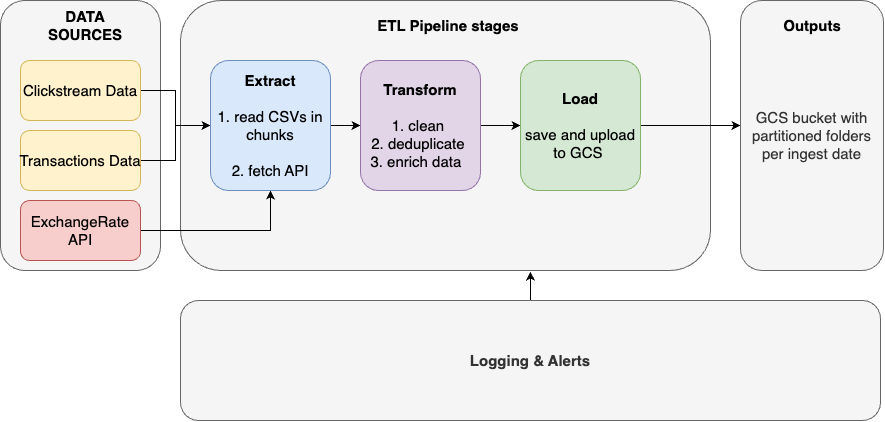
Above: images/architecture_diagram.png in rachelcooray/dataengineering-internship (draw.io), before the change. Source tidied: cells renumbered, new cells last; positions are measured from the earlier drawing's top-left corner, leaving out a move shared by most shapes.
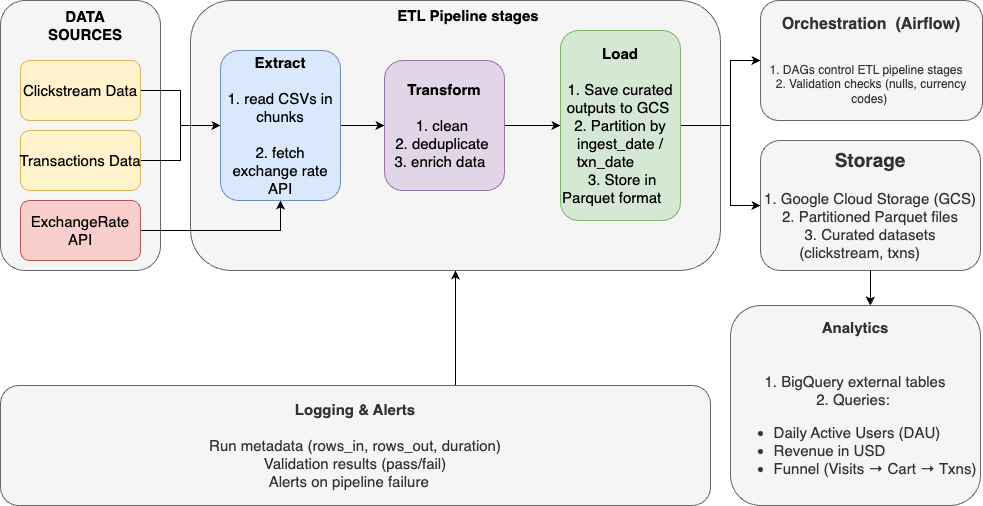
The same file after the commit.

Commit message:
updated architecture diagram

Change to the diagram source:
```diff
@@ -3,69 +3,88 @@
     <mxCell id="0" />
     <mxCell id="1" parent="0" />
     <mxCell id="2" style="rounded=1;whiteSpace=wrap;html=1;fontSize=15;fillColor=#f5f5f5;strokeColor=#666666;fontColor=#333333;" parent="1" vertex="1">
-      <mxGeometry x="180" width="530" height="270" as="geometry" />
+      <mxGeometry x="190" y="-15" width="530" height="270" as="geometry" />
     </mxCell>
     <mxCell id="3" style="rounded=1;whiteSpace=wrap;html=1;fontSize=15;fillColor=#f5f5f5;strokeColor=#666666;fontColor=#333333;" parent="1" vertex="1">
-      <mxGeometry width="160" height="270" as="geometry" />
+      <mxGeometry y="-15" width="160" height="270" as="geometry" />
     </mxCell>
     <mxCell id="4" style="edgeStyle=orthogonalEdgeStyle;rounded=0;jettySize=auto;html=1;entryX=0;entryY=0.5;entryDx=0;entryDy=0;" parent="1" edge="1" source="5" target="11">
       <mxGeometry relative="1" as="geometry" />
     </mxCell>
     <mxCell id="5" value="Clickstream Data" style="rounded=1;whiteSpace=wrap;html=1;fontSize=15;fillColor=#fff2cc;strokeColor=#d6b656;" parent="1" vertex="1">
-      <mxGeometry x="20" y="60" width="120" height="60" as="geometry" />
+      <mxGeometry x="20" y="45" width="120" height="60" as="geometry" />
     </mxCell>
     <mxCell id="6" style="edgeStyle=orthogonalEdgeStyle;rounded=0;jettySize=auto;html=1;entryX=0;entryY=0.5;entryDx=0;entryDy=0;" parent="1" edge="1" source="7" target="11">
       <mxGeometry relative="1" as="geometry" />
     </mxCell>
     <mxCell id="7" value="Transactions&amp;nbsp;Data" style="rounded=1;whiteSpace=wrap;html=1;fontSize=15;fillColor=#fff2cc;strokeColor=#d6b656;" parent="1" vertex="1">
-      <mxGeometry x="20" y="130" width="120" height="60" as="geometry" />
+      <mxGeometry x="20" y="115" width="120" height="60" as="geometry" />
     </mxCell>
     <mxCell id="8" style="edgeStyle=orthogonalEdgeStyle;rounded=0;jettySize=auto;html=1;entryX=0.5;entryY=1;entryDx=0;entryDy=0;" parent="1" edge="1" source="9" target="11">
       <mxGeometry relative="1" as="geometry" />
     </mxCell>
     <mxCell id="9" value="ExchangeRate API" style="rounded=1;whiteSpace=wrap;html=1;fontSize=15;fillColor=#f8cecc;strokeColor=#b85450;" parent="1" vertex="1">
-      <mxGeometry x="20" y="200" width="120" height="60" as="geometry" />
+      <mxGeometry x="20" y="185" width="120" height="60" as="geometry" />
     </mxCell>
     <mxCell id="10" style="edgeStyle=orthogonalEdgeStyle;rounded=0;jettySize=auto;html=1;" parent="1" edge="1" source="11" target="13">
       <mxGeometry relative="1" as="geometry" />
     </mxCell>
-    <mxCell id="11" value="&lt;b&gt;Extract&lt;/b&gt;&lt;div style=&quot;font-size: 15px;&quot;&gt;&lt;br style=&quot;font-size: 15px;&quot;&gt;&lt;/div&gt;&lt;div style=&quot;font-size: 15px;&quot;&gt;1.&amp;nbsp;read CSVs in chunks&lt;/div&gt;&lt;div style=&quot;font-size: 15px;&quot;&gt;&lt;br style=&quot;font-size: 15px;&quot;&gt;&lt;/div&gt;&lt;div style=&quot;font-size: 15px;&quot;&gt;2. fetch API&lt;/div&gt;" style="rounded=1;whiteSpace=wrap;html=1;fontSize=15;fillColor=#dae8fc;strokeColor=#6c8ebf;" parent="1" vertex="1">
-      <mxGeometry x="210" y="60" width="120" height="130" as="geometry" />
+    <mxCell id="11" value="&lt;b&gt;Extract&lt;/b&gt;&lt;div style=&quot;font-size: 15px;&quot;&gt;&lt;br style=&quot;font-size: 15px;&quot;&gt;&lt;/div&gt;&lt;div style=&quot;font-size: 15px;&quot;&gt;1.&amp;nbsp;read CSVs in chunks&lt;/div&gt;&lt;div style=&quot;font-size: 15px;&quot;&gt;&lt;br style=&quot;font-size: 15px;&quot;&gt;&lt;/div&gt;&lt;div style=&quot;font-size: 15px;&quot;&gt;2. fetch exchange rate API&lt;/div&gt;" style="rounded=1;whiteSpace=wrap;html=1;fontSize=15;fillColor=#dae8fc;strokeColor=#6c8ebf;" parent="1" vertex="1">
+      <mxGeometry x="220" y="35" width="120" height="150" as="geometry" />
     </mxCell>
     <mxCell id="12" style="edgeStyle=orthogonalEdgeStyle;rounded=0;jettySize=auto;html=1;" parent="1" edge="1" source="13" target="15">
       <mxGeometry relative="1" as="geometry" />
     </mxCell>
     <mxCell id="13" value="&lt;b&gt;Transform&lt;/b&gt;&lt;div style=&quot;font-size: 15px;&quot;&gt;&lt;br style=&quot;font-size: 15px;&quot;&gt;&lt;/div&gt;&lt;div style=&quot;font-size: 15px;&quot;&gt;1. clean&amp;nbsp;&lt;/div&gt;&lt;div style=&quot;font-size: 15px;&quot;&gt;2. deduplicate&amp;nbsp;&lt;/div&gt;&lt;div style=&quot;font-size: 15px;&quot;&gt;3. enrich data&amp;nbsp;&amp;nbsp;&lt;br style=&quot;font-size: 15px;&quot;&gt;&lt;/div&gt;" style="rounded=1;whiteSpace=wrap;html=1;fontSize=15;fillColor=#e1d5e7;strokeColor=#9673a6;" parent="1" vertex="1">
-      <mxGeometry x="360" y="60" width="120" height="130" as="geometry" />
+      <mxGeometry x="384" y="45" width="120" height="130" as="geometry" />
     </mxCell>
+    <mxCell id="22" style="edgeStyle=orthogonalEdgeStyle;rounded=0;jettySize=auto;html=1;entryX=0;entryY=0.5;entryDx=0;entryDy=0;" parent="1" edge="1" source="15" target="23">
+      <mxGeometry relative="1" as="geometry">
+        <Array as="points">
+          <mxPoint x="730" y="110" />
+          <mxPoint x="730" y="45" />
+        </Array>
+      </mxGeometry>
+    </mxCell>
-    <mxCell id="14" style="edgeStyle=orthogonalEdgeStyle;rounded=0;jettySize=auto;html=1;" parent="1" edge="1" source="15" target="16">
+    <mxCell id="14" style="edgeStyle=orthogonalEdgeStyle;rounded=0;jettySize=auto;html=1;exitX=1;exitY=0.5;exitDx=0;exitDy=0;entryX=0;entryY=0.5;entryDx=0;entryDy=0;" parent="1" edge="1" source="15" target="16">
       <mxGeometry relative="1" as="geometry">
         <Array as="points">
-          <mxPoint x="710" y="125" />
-          <mxPoint x="710" y="125" />
+          <mxPoint x="730" y="110" />
+          <mxPoint x="730" y="190" />
         </Array>
       </mxGeometry>
     </mxCell>
-    <mxCell id="15" value="&lt;b&gt;Load&lt;/b&gt;&lt;div&gt;&lt;b&gt;&lt;br&gt;&lt;/b&gt;&lt;/div&gt;&lt;div&gt;save and upload to GCS&amp;nbsp;&lt;br&gt;&lt;/div&gt;" style="rounded=1;whiteSpace=wrap;html=1;fontSize=15;fillColor=#d5e8d4;strokeColor=#82b366;" parent="1" vertex="1">
-      <mxGeometry x="520" y="60" width="120" height="130" as="geometry" />
+    <mxCell id="15" value="&lt;b&gt;Load&lt;/b&gt;&lt;div&gt;&lt;b&gt;&lt;br&gt;&lt;/b&gt;&lt;/div&gt;&lt;div&gt;&lt;div&gt;1. Save curated outputs to GCS&amp;nbsp;&lt;/div&gt;&lt;div&gt;&lt;span style=&quot;background-color: initial;&quot;&gt;2. Partition by ingest_date / txn_date&amp;nbsp; &amp;nbsp; &amp;nbsp; &amp;nbsp; &amp;nbsp;3.&amp;nbsp;&lt;/span&gt;&lt;span style=&quot;background-color: initial;&quot;&gt;Store in Parquet format&amp;nbsp; &amp;nbsp;&amp;nbsp;&lt;/span&gt;&lt;/div&gt;&lt;/div&gt;" style="rounded=1;whiteSpace=wrap;html=1;fontSize=15;fillColor=#d5e8d4;strokeColor=#82b366;" parent="1" vertex="1">
+      <mxGeometry x="560" y="15" width="120" height="190" as="geometry" />
     </mxCell>
-    <mxCell id="16" value="GCS bucket with partitioned folders per ingest date" style="rounded=1;whiteSpace=wrap;html=1;fontSize=15;fillColor=#f5f5f5;strokeColor=#666666;fontColor=#333333;" parent="1" vertex="1">
-      <mxGeometry x="740" width="143" height="270" as="geometry" />
+    <mxCell id="16" value="&lt;div&gt;&lt;b&gt;&lt;font style=&quot;font-size: 19px;&quot;&gt;Storage&lt;/font&gt;&lt;/b&gt;&lt;/div&gt;&lt;div&gt;&lt;br&gt;&lt;/div&gt;&lt;div&gt;&lt;span style=&quot;background-color: initial;&quot;&gt;1. Google Cloud Storage (GCS)&lt;/span&gt;&lt;/div&gt;&lt;div&gt;&lt;span style=&quot;background-color: initial;&quot;&gt;2. Partitioned Parquet files&lt;/span&gt;&lt;/div&gt;&lt;div&gt;&lt;span style=&quot;background-color: initial;&quot;&gt;3. Curated datasets (clickstream, txns)&amp;nbsp; &amp;nbsp; &amp;nbsp;&lt;/span&gt;&lt;/div&gt;" style="rounded=1;whiteSpace=wrap;html=1;fontSize=15;fillColor=#f5f5f5;strokeColor=#666666;fontColor=#333333;" parent="1" vertex="1">
+      <mxGeometry x="760" y="125" width="220" height="130" as="geometry" />
     </mxCell>
-    <mxCell id="17" style="edgeStyle=orthogonalEdgeStyle;rounded=0;jettySize=auto;html=1;entryX=0.66;entryY=1.004;entryDx=0;entryDy=0;entryPerimeter=0;" parent="1" edge="1" source="18" target="2">
-      <mxGeometry relative="1" as="geometry" />
+    <mxCell id="17" style="edgeStyle=orthogonalEdgeStyle;rounded=0;jettySize=auto;html=1;" parent="1" edge="1" source="18" target="2">
+      <mxGeometry relative="1" as="geometry">
+        <Array as="points">
+          <mxPoint x="455" y="350" />
+          <mxPoint x="455" y="350" />
+        </Array>
+      </mxGeometry>
     </mxCell>
-    <mxCell id="18" value="Logging &amp;amp; Alerts" style="rounded=1;whiteSpace=wrap;html=1;fontSize=15;fontStyle=1;fillColor=#f5f5f5;strokeColor=#666666;fontColor=#333333;" parent="1" vertex="1">
-      <mxGeometry x="180" y="300" width="700" height="120" as="geometry" />
+    <mxCell id="18" value="Logging &amp;amp; Alerts&lt;div&gt;&lt;br&gt;&lt;/div&gt;&lt;div&gt;&lt;div&gt;&lt;span style=&quot;font-weight: normal;&quot;&gt;Run metadata (rows_in, rows_out, duration)&lt;/span&gt;&lt;/div&gt;&lt;div&gt;&lt;span style=&quot;background-color: initial; font-weight: normal;&quot;&gt;Validation results (pass/fail)&lt;/span&gt;&lt;/div&gt;&lt;div&gt;&lt;span style=&quot;background-color: initial; font-weight: normal;&quot;&gt;Alerts on pipeline failure&amp;nbsp; &amp;nbsp;&lt;/span&gt;&lt;/div&gt;&lt;/div&gt;" style="rounded=1;whiteSpace=wrap;html=1;fontSize=15;fontStyle=1;fillColor=#f5f5f5;strokeColor=#666666;fontColor=#333333;" parent="1" vertex="1">
+      <mxGeometry y="370" width="710" height="120" as="geometry" />
     </mxCell>
     <mxCell id="19" value="DATA SOURCES" style="text;html=1;align=center;verticalAlign=middle;whiteSpace=wrap;rounded=0;fontSize=15;fontStyle=1;" parent="1" vertex="1">
-      <mxGeometry x="50" y="10" width="70" height="30" as="geometry" />
+      <mxGeometry x="50" y="-5" width="70" height="30" as="geometry" />
     </mxCell>
     <mxCell id="20" value="ETL Pipeline stages" style="text;html=1;align=center;verticalAlign=middle;whiteSpace=wrap;rounded=0;fontSize=15;fontStyle=1;" parent="1" vertex="1">
-      <mxGeometry x="320" y="10" width="256" height="30" as="geometry" />
+      <mxGeometry x="340" y="-15" width="256" height="30" as="geometry" />
     </mxCell>
-    <mxCell id="21" value="Outputs" style="text;html=1;align=center;verticalAlign=middle;whiteSpace=wrap;rounded=0;fontSize=15;fontStyle=1;" parent="1" vertex="1">
-      <mxGeometry x="781.5" y="10" width="60" height="30" as="geometry" />
-    </mxCell>
+    <mxCell id="23" value="&lt;div style=&quot;&quot;&gt;&lt;b&gt;&lt;font style=&quot;font-size: 16px;&quot;&gt;Orchestration&amp;nbsp; (Airflow)&lt;/font&gt;&lt;/b&gt;&lt;/div&gt;&lt;div style=&quot;&quot;&gt;&lt;b&gt;&lt;br&gt;&lt;/b&gt;&lt;/div&gt;&lt;div style=&quot;&quot;&gt;&lt;b style=&quot;background-color: initial;&quot;&gt;&amp;nbsp; &amp;nbsp;&lt;/b&gt;&lt;span style=&quot;background-color: initial;&quot;&gt;&amp;nbsp; &amp;nbsp; &amp;nbsp;&lt;/span&gt;&lt;br&gt;&lt;/div&gt;&lt;div style=&quot;&quot;&gt;&lt;span style=&quot;background-color: initial;&quot;&gt;1. DAGs control ETL pipeline stages&amp;nbsp; &amp;nbsp; 2.&amp;nbsp;&lt;/span&gt;&lt;span style=&quot;background-color: initial;&quot;&gt;Validation checks (nulls, currency codes)&amp;nbsp;&lt;/span&gt;&lt;/div&gt;" style="rounded=1;whiteSpace=wrap;html=1;fillColor=#f5f5f5;fontColor=#333333;strokeColor=#666666;" parent="1" vertex="1">
+      <mxGeometry x="760" y="-15" width="222" height="120" as="geometry" />
+    </mxCell>
+    <mxCell id="24" value="&lt;div style=&quot;font-size: 15px;&quot;&gt;&lt;span style=&quot;background-color: initial;&quot;&gt;&lt;b&gt;&lt;font style=&quot;font-size: 15px;&quot;&gt;Analytics&lt;/font&gt;&lt;/b&gt;&lt;/span&gt;&lt;/div&gt;&lt;div style=&quot;font-size: 15px;&quot;&gt;&lt;span style=&quot;background-color: initial;&quot;&gt;&lt;b&gt;&lt;font style=&quot;font-size: 15px;&quot;&gt;&lt;br&gt;&lt;/font&gt;&lt;/b&gt;&lt;/span&gt;&lt;/div&gt;&lt;div style=&quot;font-size: 15px;&quot;&gt;&lt;br&gt;&lt;/div&gt;&lt;div style=&quot;font-size: 15px;&quot;&gt;&lt;font style=&quot;font-size: 15px;&quot;&gt;&lt;span style=&quot;background-color: initial;&quot;&gt;1. BigQuery external tables&lt;/span&gt;&lt;br&gt;&lt;/font&gt;&lt;/div&gt;&lt;div style=&quot;font-size: 15px;&quot;&gt;&lt;span style=&quot;background-color: initial;&quot;&gt;&lt;font style=&quot;font-size: 15px;&quot;&gt;2. Queries:&amp;nbsp;&lt;/font&gt;&lt;/span&gt;&lt;/div&gt;&lt;div style=&quot;font-size: 15px;&quot;&gt;&lt;ul&gt;&lt;li style=&quot;text-align: left;&quot;&gt;&lt;font style=&quot;font-size: 15px;&quot;&gt;&lt;span style=&quot;background-color: initial;&quot;&gt;Daily Active Users (DAU)&lt;/span&gt;&lt;span style=&quot;background-color: initial;&quot;&gt;&amp;nbsp;&lt;/span&gt;&lt;/font&gt;&lt;/li&gt;&lt;li style=&quot;text-align: left;&quot;&gt;&lt;span style=&quot;background-color: initial;&quot;&gt;&lt;font style=&quot;font-size: 15px;&quot;&gt;Revenue in USD&amp;nbsp;&lt;/font&gt;&lt;/span&gt;&lt;/li&gt;&lt;li style=&quot;text-align: left;&quot;&gt;&lt;span style=&quot;background-color: initial;&quot;&gt;&lt;font style=&quot;font-size: 15px;&quot;&gt;Funnel (Visits → Cart → Txns)&lt;/font&gt;&lt;/span&gt;&lt;/li&gt;&lt;/ul&gt;&lt;/div&gt;" style="rounded=1;whiteSpace=wrap;html=1;fillColor=#f5f5f5;fontColor=#333333;strokeColor=#666666;" parent="1" vertex="1">
+      <mxGeometry x="730" y="290" width="250" height="200" as="geometry" />
+    </mxCell>
+    <mxCell id="25" style="edgeStyle=orthogonalEdgeStyle;rounded=0;jettySize=auto;html=1;entryX=0.559;entryY=0;entryDx=0;entryDy=0;entryPerimeter=0;" parent="1" edge="1" source="16" target="24">
+      <mxGeometry relative="1" as="geometry" />
+    </mxCell>
   </root>
 </mxGraphModel>
```
